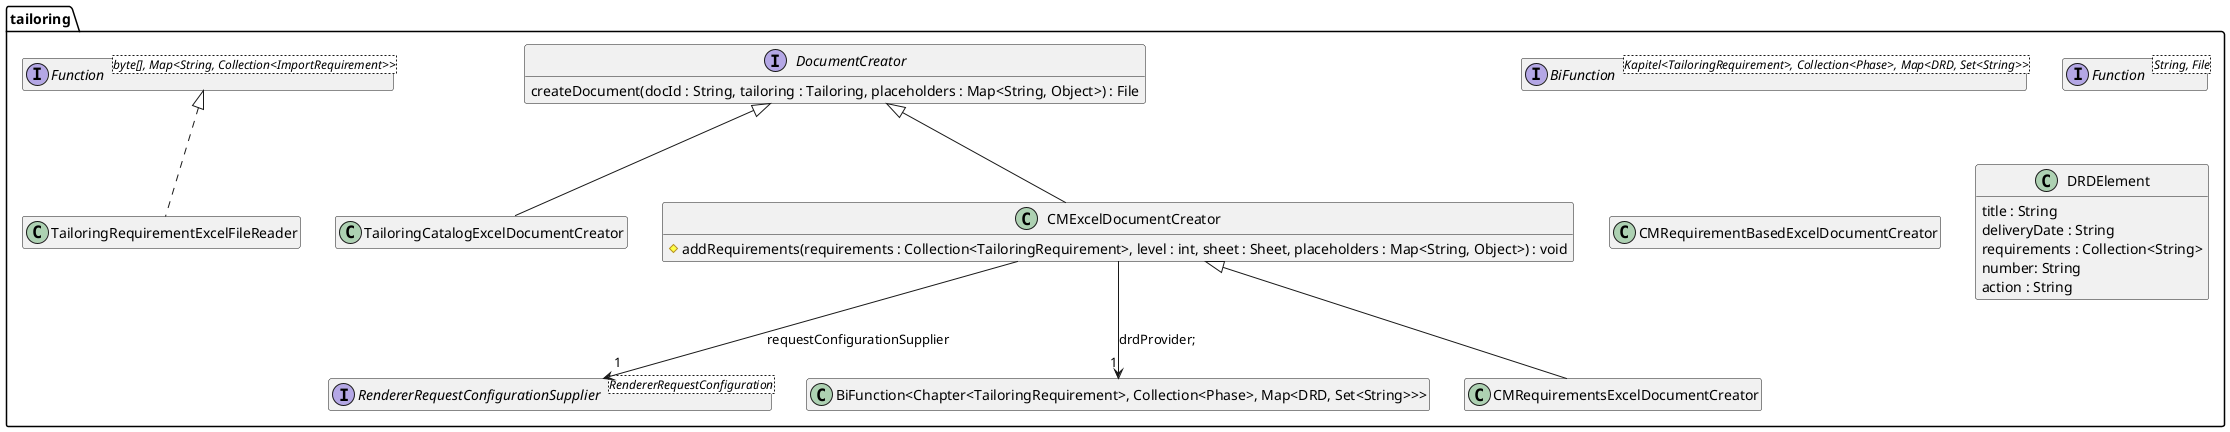
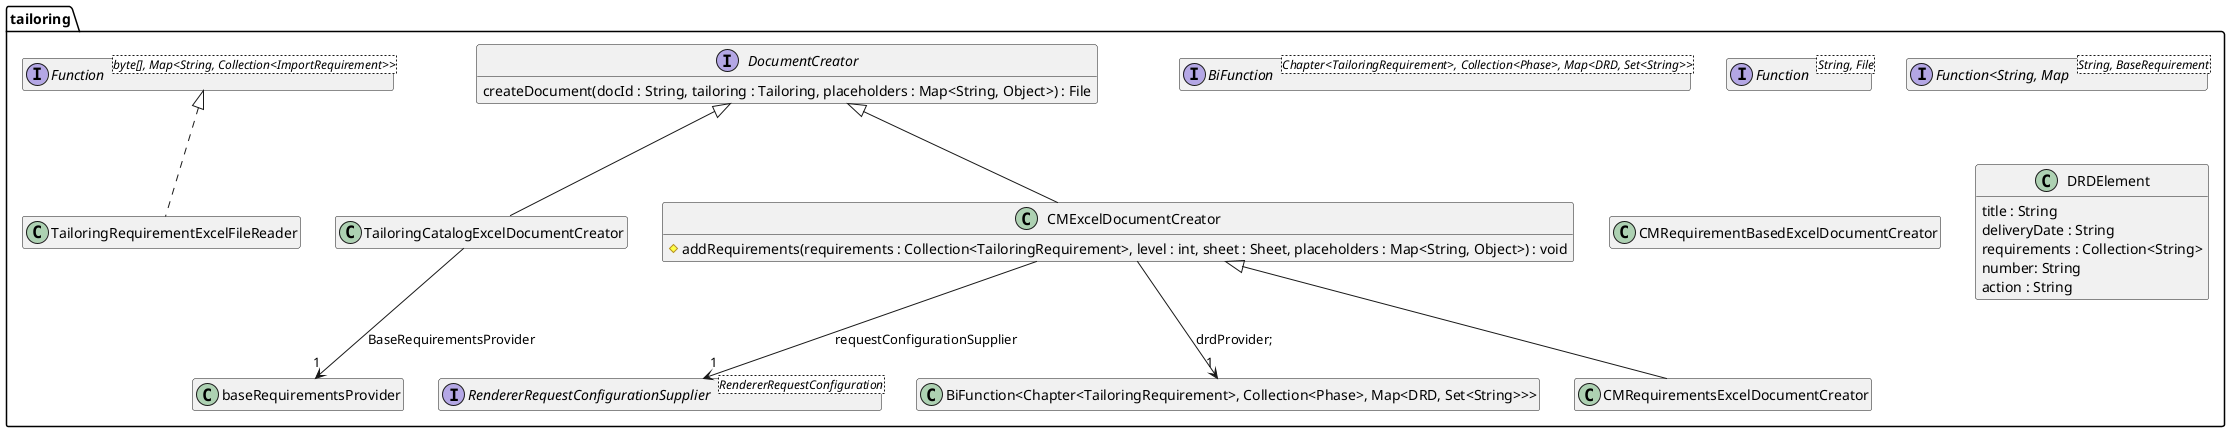
@startuml Ebene3.png
hide empty members

package tailoring {

    interface DocumentCreator {
        createDocument(docId : String, tailoring : Tailoring, placeholders : Map<String, Object>) : File
    }

-     interface "BiFunction<Kapitel<TailoringRequirement>, Collection<Phase>, Map<DRD, Set<String>>>" as drdSupplier {
+     interface "BiFunction<Chapter<TailoringRequirement>, Collection<Phase>, Map<DRD, Set<String>>>" as drdSupplier {
    }

    interface "Function<String, File>" as templateSupplier {
    }

    interface "RendererRequestConfigurationSupplier<RendererRequestConfiguration>" as RendererRequestConfigurationSupplier {
    }

+     interface "Function<String, Map<String, BaseRequirement>" as BaseRequirementsProvider {
+     }
+ 
+ 
    class TailoringCatalogExcelDocumentCreator {
    }
    DocumentCreator <|-- TailoringCatalogExcelDocumentCreator
+     TailoringCatalogExcelDocumentCreator --> "1" baseRequirementsProvider : BaseRequirementsProvider
+ 

    class CMExcelDocumentCreator {
        #addRequirements(requirements : Collection<TailoringRequirement>, level : int, sheet : Sheet, placeholders : Map<String, Object>) : void
    }
    DocumentCreator <|-- CMExcelDocumentCreator
    CMExcelDocumentCreator --> "1" "BiFunction<Chapter<TailoringRequirement>, Collection<Phase>, Map<DRD, Set<String>>>" : drdProvider;
    CMExcelDocumentCreator --> "1" RendererRequestConfigurationSupplier : requestConfigurationSupplier

    class CMRequirementBasedExcelDocumentCreator {
    }
    CMExcelDocumentCreator <|-- CMRequirementsExcelDocumentCreator

    class DRDElement {
        title : String
        deliveryDate : String
        requirements : Collection<String>
        number: String
        action : String
    }

    class CMRequirementsExcelDocumentCreator {
    }

    interface "Function<byte[], Map<String, Collection<ImportRequirement>>>" as requirementFunction {
    }

    class TailoringRequirementExcelFileReader {
    }
    requirementFunction <|.. TailoringRequirementExcelFileReader
}
@enduml
